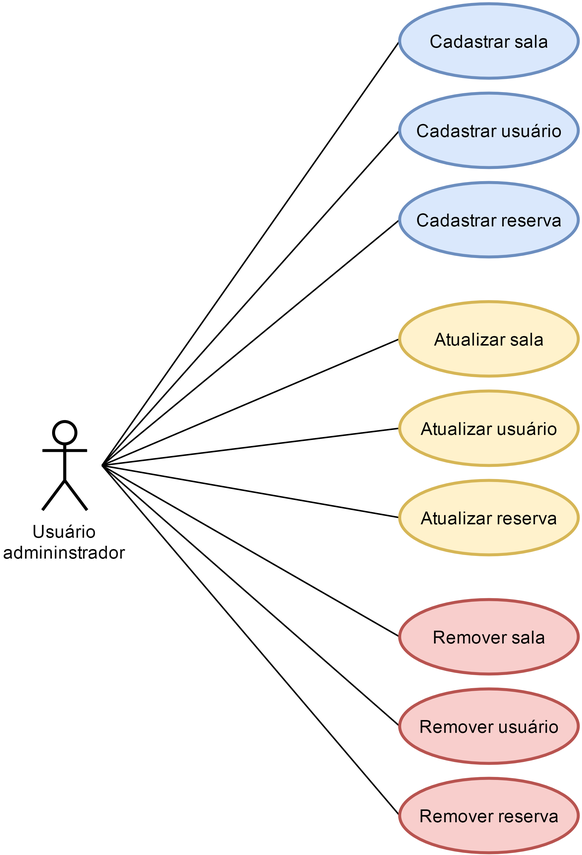
Before: UML/use_cases_admin_user.png, a diagram exported from draw.io (claudiomarpda/RoomBooking). Source tidied: cells renumbered, new cells last; positions are measured from the earlier drawing's top-left corner, leaving out a move shared by most shapes.
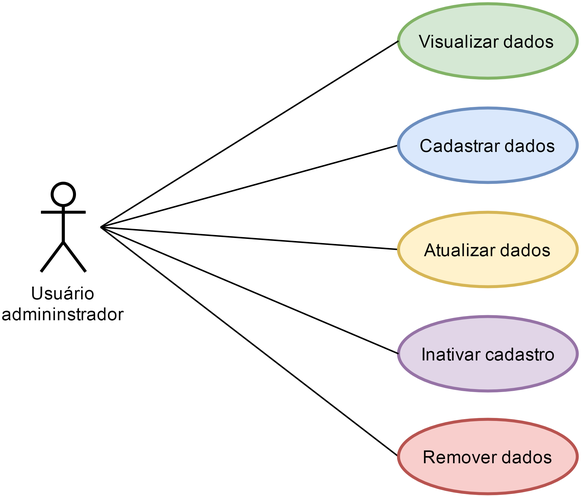
Later version of the same file.

Change to the diagram source:
```diff
@@ -3,79 +3,47 @@
     <mxCell id="0" />
     <mxCell id="1" parent="0" />
     <mxCell id="2" value="Usuário&lt;div&gt;adminin&lt;span&gt;strador&lt;/span&gt;&lt;/div&gt;" style="shape=umlActor;verticalLabelPosition=bottom;labelBackgroundColor=#ffffff;verticalAlign=top;html=1;strokeColor=#000000;strokeWidth=2;fillColor=#ffffff;gradientColor=none;" parent="1" vertex="1">
-      <mxGeometry y="280" width="30" height="60" as="geometry" />
+      <mxGeometry x="410" y="470" width="30" height="60" as="geometry" />
     </mxCell>
-    <mxCell id="3" style="edgeStyle=none;rounded=0;html=1;exitX=0;exitY=0.5;startArrow=none;startFill=0;endArrow=none;endFill=0;jettySize=auto;" parent="1" edge="1" source="4">
-      <mxGeometry relative="1" as="geometry">
-        <mxPoint x="40" y="310" as="targetPoint" />
-      </mxGeometry>
-    </mxCell>
+    <mxCell id="21" style="edgeStyle=none;rounded=0;html=1;exitX=0;exitY=0.5;startArrow=none;startFill=0;endArrow=none;endFill=0;jettySize=auto;" parent="1" edge="1" source="22">
+      <mxGeometry relative="1" as="geometry">
+        <mxPoint x="450" y="500" as="targetPoint" />
+      </mxGeometry>
+    </mxCell>
+    <mxCell id="22" value="Cadastrar dados" style="ellipse;whiteSpace=wrap;html=1;strokeColor=#6c8ebf;strokeWidth=2;fillColor=#dae8fc;" parent="1" vertex="1">
+      <mxGeometry x="650" y="420" width="120" height="50" as="geometry" />
+    </mxCell>
+    <mxCell id="23" style="edgeStyle=none;rounded=0;html=1;exitX=0;exitY=0.5;startArrow=none;startFill=0;endArrow=none;endFill=0;jettySize=auto;" parent="1" edge="1" source="24">
+      <mxGeometry relative="1" as="geometry">
+        <mxPoint x="450" y="500" as="targetPoint" />
+      </mxGeometry>
+    </mxCell>
+    <mxCell id="24" value="Atualizar dados" style="ellipse;whiteSpace=wrap;html=1;strokeColor=#d6b656;strokeWidth=2;fillColor=#fff2cc;" parent="1" vertex="1">
+      <mxGeometry x="650" y="490" width="120" height="50" as="geometry" />
+    </mxCell>
+    <mxCell id="25" style="edgeStyle=none;rounded=0;html=1;exitX=0;exitY=0.5;startArrow=none;startFill=0;endArrow=none;endFill=0;jettySize=auto;" parent="1" edge="1" source="26">
+      <mxGeometry relative="1" as="geometry">
+        <mxPoint x="450" y="500" as="targetPoint" />
+      </mxGeometry>
+    </mxCell>
+    <mxCell id="26" value="Remover dados" style="ellipse;whiteSpace=wrap;html=1;strokeColor=#b85450;strokeWidth=2;fillColor=#f8cecc;" parent="1" vertex="1">
+      <mxGeometry x="650" y="629" width="120" height="50" as="geometry" />
+    </mxCell>
-    <mxCell id="4" value="Cadastrar reserva" style="ellipse;whiteSpace=wrap;html=1;strokeColor=#6c8ebf;strokeWidth=2;fillColor=#dae8fc;" parent="1" vertex="1">
-      <mxGeometry x="240" y="120" width="120" height="50" as="geometry" />
+    <mxCell id="4" value="Inativar cadastro" style="ellipse;whiteSpace=wrap;html=1;strokeColor=#9673a6;strokeWidth=2;fillColor=#e1d5e7;" parent="1" vertex="1">
+      <mxGeometry x="650" y="560" width="120" height="50" as="geometry" />
     </mxCell>
-    <mxCell id="5" style="edgeStyle=none;rounded=0;html=1;exitX=0;exitY=0.5;startArrow=none;startFill=0;endArrow=none;endFill=0;jettySize=auto;" parent="1" edge="1" source="6">
-      <mxGeometry relative="1" as="geometry">
-        <mxPoint x="40" y="310" as="targetPoint" />
-      </mxGeometry>
-    </mxCell>
-    <mxCell id="6" value="Cadastrar usuário" style="ellipse;whiteSpace=wrap;html=1;strokeColor=#6c8ebf;strokeWidth=2;fillColor=#dae8fc;" parent="1" vertex="1">
-      <mxGeometry x="240" y="60" width="120" height="50" as="geometry" />
-    </mxCell>
-    <mxCell id="7" style="edgeStyle=none;rounded=0;html=1;exitX=0;exitY=0.5;startArrow=none;startFill=0;endArrow=none;endFill=0;jettySize=auto;" parent="1" edge="1" source="8">
-      <mxGeometry relative="1" as="geometry">
-        <mxPoint x="40" y="310" as="targetPoint" />
-      </mxGeometry>
-    </mxCell>
-    <mxCell id="8" value="Cadastrar sala" style="ellipse;whiteSpace=wrap;html=1;strokeColor=#6c8ebf;strokeWidth=2;fillColor=#dae8fc;" parent="1" vertex="1">
-      <mxGeometry x="240" width="120" height="50" as="geometry" />
-    </mxCell>
-    <mxCell id="9" style="edgeStyle=none;rounded=0;html=1;exitX=0;exitY=0.5;startArrow=none;startFill=0;endArrow=none;endFill=0;jettySize=auto;" parent="1" edge="1" source="10">
-      <mxGeometry relative="1" as="geometry">
-        <mxPoint x="40" y="310" as="targetPoint" />
-      </mxGeometry>
-    </mxCell>
-    <mxCell id="10" value="Atualizar&amp;nbsp;reserva" style="ellipse;whiteSpace=wrap;html=1;strokeColor=#d6b656;strokeWidth=2;fillColor=#fff2cc;" parent="1" vertex="1">
-      <mxGeometry x="240" y="320" width="120" height="50" as="geometry" />
-    </mxCell>
-    <mxCell id="11" style="edgeStyle=none;rounded=0;html=1;exitX=0;exitY=0.5;startArrow=none;startFill=0;endArrow=none;endFill=0;jettySize=auto;" parent="1" edge="1" source="12">
-      <mxGeometry relative="1" as="geometry">
-        <mxPoint x="40" y="310" as="targetPoint" />
-      </mxGeometry>
-    </mxCell>
-    <mxCell id="12" value="Atualizar usuário" style="ellipse;whiteSpace=wrap;html=1;strokeColor=#d6b656;strokeWidth=2;fillColor=#fff2cc;" parent="1" vertex="1">
-      <mxGeometry x="240" y="260" width="120" height="50" as="geometry" />
-    </mxCell>
-    <mxCell id="13" style="edgeStyle=none;rounded=0;html=1;exitX=0;exitY=0.5;startArrow=none;startFill=0;endArrow=none;endFill=0;jettySize=auto;" parent="1" edge="1" source="14">
-      <mxGeometry relative="1" as="geometry">
-        <mxPoint x="40" y="310" as="targetPoint" />
-      </mxGeometry>
-    </mxCell>
-    <mxCell id="14" value="Atualizar sala" style="ellipse;whiteSpace=wrap;html=1;strokeColor=#d6b656;strokeWidth=2;fillColor=#fff2cc;" parent="1" vertex="1">
-      <mxGeometry x="240" y="200" width="120" height="50" as="geometry" />
-    </mxCell>
-    <mxCell id="15" style="edgeStyle=none;rounded=0;html=1;exitX=0;exitY=0.5;startArrow=none;startFill=0;endArrow=none;endFill=0;jettySize=auto;" parent="1" edge="1" source="16">
-      <mxGeometry relative="1" as="geometry">
-        <mxPoint x="40" y="310" as="targetPoint" />
-      </mxGeometry>
-    </mxCell>
-    <mxCell id="16" value="Remover reserva" style="ellipse;whiteSpace=wrap;html=1;strokeColor=#b85450;strokeWidth=2;fillColor=#f8cecc;" parent="1" vertex="1">
-      <mxGeometry x="240" y="520" width="120" height="50" as="geometry" />
-    </mxCell>
-    <mxCell id="17" style="edgeStyle=none;rounded=0;html=1;exitX=0;exitY=0.5;startArrow=none;startFill=0;endArrow=none;endFill=0;jettySize=auto;" parent="1" edge="1" source="18">
-      <mxGeometry relative="1" as="geometry">
-        <mxPoint x="40" y="310" as="targetPoint" />
-      </mxGeometry>
-    </mxCell>
-    <mxCell id="18" value="Remover usuário" style="ellipse;whiteSpace=wrap;html=1;strokeColor=#b85450;strokeWidth=2;fillColor=#f8cecc;" parent="1" vertex="1">
-      <mxGeometry x="240" y="460" width="120" height="50" as="geometry" />
-    </mxCell>
-    <mxCell id="19" style="edgeStyle=none;rounded=0;html=1;exitX=0;exitY=0.5;startArrow=none;startFill=0;endArrow=none;endFill=0;jettySize=auto;" parent="1" edge="1" source="20">
-      <mxGeometry relative="1" as="geometry">
-        <mxPoint x="40" y="310" as="targetPoint" />
-      </mxGeometry>
-    </mxCell>
-    <mxCell id="20" value="Remover sala" style="ellipse;whiteSpace=wrap;html=1;strokeColor=#b85450;strokeWidth=2;fillColor=#f8cecc;" parent="1" vertex="1">
-      <mxGeometry x="240" y="400" width="120" height="50" as="geometry" />
-    </mxCell>
+    <mxCell id="27" style="edgeStyle=none;rounded=0;html=1;exitX=0;exitY=0.5;startArrow=none;startFill=0;endArrow=none;endFill=0;jettySize=auto;" parent="1" edge="1" source="4">
+      <mxGeometry relative="1" as="geometry">
+        <mxPoint x="450" y="500" as="targetPoint" />
+      </mxGeometry>
+    </mxCell>
+    <mxCell id="28" value="Visualizar dados" style="ellipse;whiteSpace=wrap;html=1;strokeColor=#82b366;strokeWidth=2;fillColor=#d5e8d4;" parent="1" vertex="1">
+      <mxGeometry x="650" y="350" width="120" height="50" as="geometry" />
+    </mxCell>
+    <mxCell id="29" style="edgeStyle=none;rounded=0;html=1;exitX=0;exitY=0.5;startArrow=none;startFill=0;endArrow=none;endFill=0;jettySize=auto;" parent="1" edge="1" source="28">
+      <mxGeometry relative="1" as="geometry">
+        <mxPoint x="450" y="500" as="targetPoint" />
+      </mxGeometry>
+    </mxCell>
   </root>
 </mxGraphModel>
```
